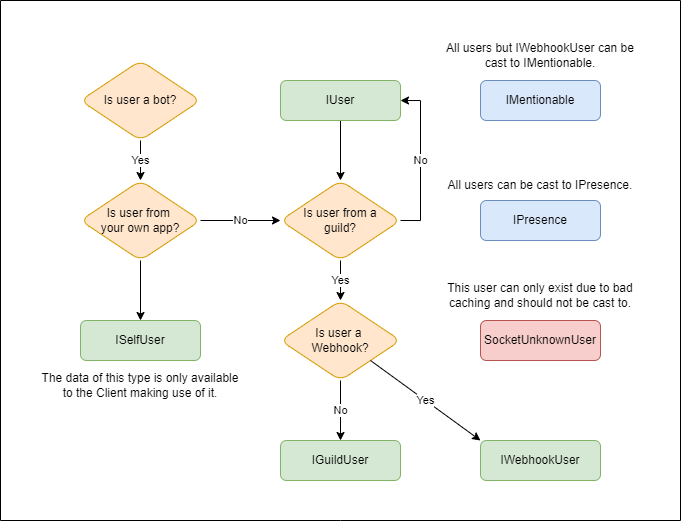
Earlier version of the draw.io export docs/guides/entities/images/IUser.png (discord-net/Discord.Net). Source tidied: cells renumbered, new cells last; positions are measured from the earlier drawing's top-left corner, leaving out a move shared by most shapes. The source it was exported from:
```xml
<mxGraphModel>
  <root>
    <mxCell id="0" />
    <mxCell id="1" parent="0" />
    <mxCell id="2" style="edgeStyle=orthogonalEdgeStyle;rounded=0;jettySize=auto;html=1;" parent="1" edge="1" source="3" target="6">
      <mxGeometry relative="1" as="geometry" />
    </mxCell>
    <mxCell id="3" value="IUser" style="rounded=1;whiteSpace=wrap;html=1;fontSize=12;glass=0;strokeWidth=1;shadow=0;fillColor=#d5e8d4;strokeColor=#82b366;" parent="1" vertex="1">
      <mxGeometry x="280" y="80" width="120" height="40" as="geometry" />
    </mxCell>
    <mxCell id="4" value="IMentionable" style="rounded=1;whiteSpace=wrap;html=1;fontSize=12;glass=0;strokeWidth=1;shadow=0;fillColor=#dae8fc;strokeColor=#6c8ebf;" parent="1" vertex="1">
      <mxGeometry x="480" y="80" width="120" height="40" as="geometry" />
    </mxCell>
    <mxCell id="5" value="Yes" style="edgeStyle=orthogonalEdgeStyle;rounded=0;jettySize=auto;html=1;" parent="1" edge="1" source="6" target="17">
      <mxGeometry relative="1" as="geometry" />
    </mxCell>
    <mxCell id="6" value="Is user from a&lt;br&gt;guild?" style="rhombus;whiteSpace=wrap;html=1;rounded=1;glass=0;strokeWidth=1;shadow=0;fillColor=#ffe6cc;strokeColor=#d79b00;" parent="1" vertex="1">
      <mxGeometry x="280" y="180" width="120" height="80" as="geometry" />
    </mxCell>
    <mxCell id="7" value="IGuildUser" style="whiteSpace=wrap;html=1;rounded=1;glass=0;strokeWidth=1;shadow=0;fillColor=#d5e8d4;strokeColor=#82b366;" parent="1" vertex="1">
      <mxGeometry x="280" y="440" width="120" height="40" as="geometry" />
    </mxCell>
    <mxCell id="8" value="ISelfUser" style="whiteSpace=wrap;html=1;rounded=1;glass=0;strokeWidth=1;shadow=0;fillColor=#d5e8d4;strokeColor=#82b366;" parent="1" vertex="1">
      <mxGeometry x="80" y="320" width="120" height="40" as="geometry" />
    </mxCell>
    <mxCell id="9" value="IPresence" style="rounded=1;whiteSpace=wrap;html=1;fontSize=12;glass=0;strokeWidth=1;shadow=0;fillColor=#dae8fc;strokeColor=#6c8ebf;" parent="1" vertex="1">
      <mxGeometry x="480" y="200" width="120" height="40" as="geometry" />
    </mxCell>
    <mxCell id="10" value="No" style="edgeStyle=orthogonalEdgeStyle;rounded=0;jettySize=auto;html=1;entryX=1;entryY=0.5;entryDx=0;entryDy=0;exitX=1;exitY=0.5;exitDx=0;exitDy=0;" parent="1" edge="1" source="6" target="3">
      <mxGeometry relative="1" as="geometry" />
    </mxCell>
    <mxCell id="11" value="Yes" style="edgeStyle=orthogonalEdgeStyle;rounded=0;jettySize=auto;html=1;" parent="1" edge="1" source="12" target="15">
      <mxGeometry relative="1" as="geometry" />
    </mxCell>
    <mxCell id="12" value="Is user a bot?" style="rhombus;whiteSpace=wrap;html=1;rounded=1;glass=0;strokeWidth=1;shadow=0;fillColor=#ffe6cc;strokeColor=#d79b00;" parent="1" vertex="1">
      <mxGeometry x="80" y="60" width="120" height="80" as="geometry" />
    </mxCell>
    <mxCell id="13" style="edgeStyle=orthogonalEdgeStyle;rounded=0;jettySize=auto;html=1;" parent="1" edge="1" source="15" target="8">
      <mxGeometry relative="1" as="geometry">
        <Array as="points">
          <mxPoint x="140" y="220" />
        </Array>
      </mxGeometry>
    </mxCell>
    <mxCell id="14" value="No" style="edgeStyle=orthogonalEdgeStyle;rounded=0;jettySize=auto;html=1;" parent="1" edge="1" source="15" target="6">
      <mxGeometry relative="1" as="geometry" />
    </mxCell>
    <mxCell id="15" value="Is user from &lt;br&gt;your own app?" style="rhombus;whiteSpace=wrap;html=1;rounded=1;glass=0;strokeWidth=1;shadow=0;fillColor=#ffe6cc;strokeColor=#d79b00;" parent="1" vertex="1">
      <mxGeometry x="80" y="180" width="120" height="80" as="geometry" />
    </mxCell>
    <mxCell id="16" value="No" style="edgeStyle=orthogonalEdgeStyle;rounded=0;jettySize=auto;html=1;" parent="1" edge="1" source="17" target="7">
      <mxGeometry relative="1" as="geometry" />
    </mxCell>
    <mxCell id="17" value="Is user a &lt;br&gt;Webhook?" style="rhombus;whiteSpace=wrap;html=1;rounded=1;glass=0;strokeWidth=1;shadow=0;fillColor=#ffe6cc;strokeColor=#d79b00;" parent="1" vertex="1">
      <mxGeometry x="280" y="300" width="120" height="80" as="geometry" />
    </mxCell>
    <mxCell id="18" value="IWebhookUser" style="whiteSpace=wrap;html=1;fillColor=#d5e8d4;strokeColor=#82b366;rounded=1;glass=0;strokeWidth=1;shadow=0;" parent="1" vertex="1">
      <mxGeometry x="480" y="440" width="120" height="40" as="geometry" />
    </mxCell>
    <mxCell id="19" value="All users but IWebhookUser can be cast to IMentionable." style="text;html=1;strokeColor=none;fillColor=none;align=center;verticalAlign=middle;whiteSpace=wrap;rounded=0;" parent="1" vertex="1">
      <mxGeometry x="440" y="40" width="200" height="30" as="geometry" />
    </mxCell>
    <mxCell id="20" value="All users can be cast to IPresence." style="text;html=1;strokeColor=none;fillColor=none;align=center;verticalAlign=middle;whiteSpace=wrap;rounded=0;" parent="1" vertex="1">
      <mxGeometry x="440" y="170" width="200" height="30" as="geometry" />
    </mxCell>
    <mxCell id="21" style="endArrow=none;html=1;rounded=0;" parent="1" edge="1">
      <mxGeometry relative="1" as="geometry">
        <mxPoint as="sourcePoint" />
        <mxPoint x="680" as="targetPoint" />
      </mxGeometry>
    </mxCell>
    <mxCell id="22" style="endArrow=none;html=1;rounded=0;" parent="1" edge="1">
      <mxGeometry relative="1" as="geometry">
        <mxPoint x="680" y="520" as="sourcePoint" />
        <mxPoint x="680" as="targetPoint" />
      </mxGeometry>
    </mxCell>
    <mxCell id="23" style="endArrow=none;html=1;rounded=0;" parent="1" edge="1">
      <mxGeometry relative="1" as="geometry">
        <mxPoint y="520" as="sourcePoint" />
        <mxPoint x="680" y="520" as="targetPoint" />
        <Array as="points">
          <mxPoint x="340" y="520" />
        </Array>
      </mxGeometry>
    </mxCell>
    <mxCell id="24" style="endArrow=none;html=1;rounded=0;" parent="1" edge="1">
      <mxGeometry relative="1" as="geometry">
        <mxPoint as="sourcePoint" />
        <mxPoint y="520" as="targetPoint" />
      </mxGeometry>
    </mxCell>
    <mxCell id="25" value="The data of this type is only available to the Client making use of it." style="text;html=1;strokeColor=none;fillColor=none;align=center;verticalAlign=middle;whiteSpace=wrap;rounded=0;" parent="1" vertex="1">
      <mxGeometry x="40" y="370" width="200" height="30" as="geometry" />
    </mxCell>
    <mxCell id="26" value="Yes" style="endArrow=classic;html=1;rounded=0;entryX=0;entryY=0;entryDx=0;entryDy=0;exitX=1;exitY=1;exitDx=0;exitDy=0;" parent="1" edge="1" source="17" target="18">
      <mxGeometry relative="1" as="geometry" />
    </mxCell>
    <mxCell id="27" value="SocketUnknownUser" style="rounded=1;whiteSpace=wrap;html=1;fillColor=#f8cecc;strokeColor=#b85450;" parent="1" vertex="1">
      <mxGeometry x="480" y="320" width="120" height="40" as="geometry" />
    </mxCell>
    <mxCell id="28" value="This user can only exist due to bad caching and should not be cast to." style="text;html=1;strokeColor=none;fillColor=none;align=center;verticalAlign=middle;whiteSpace=wrap;rounded=0;" parent="1" vertex="1">
      <mxGeometry x="440" y="280" width="200" height="30" as="geometry" />
    </mxCell>
  </root>
</mxGraphModel>
```
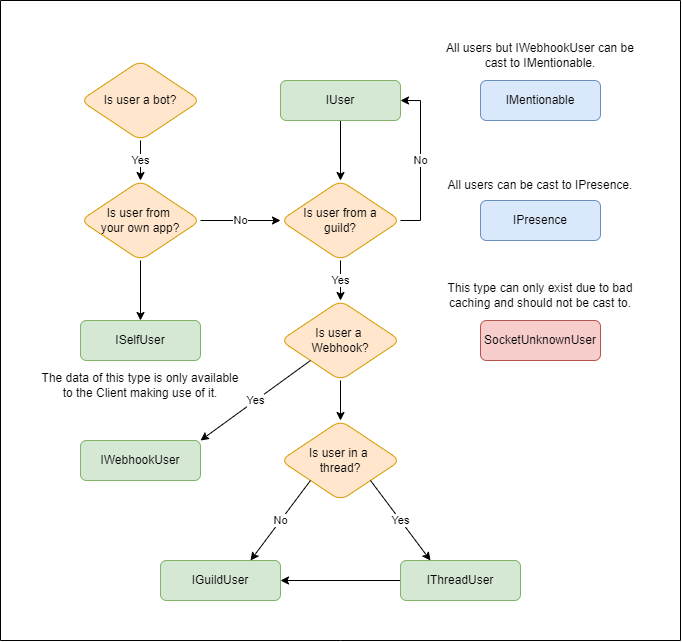
After the commit.

Commit message:
Adding threaduser to user chart

Change to the diagram source:
```diff
@@ -18,7 +18,7 @@
       <mxGeometry x="280" y="180" width="120" height="80" as="geometry" />
     </mxCell>
     <mxCell id="7" value="IGuildUser" style="whiteSpace=wrap;html=1;rounded=1;glass=0;strokeWidth=1;shadow=0;fillColor=#d5e8d4;strokeColor=#82b366;" parent="1" vertex="1">
-      <mxGeometry x="280" y="440" width="120" height="40" as="geometry" />
+      <mxGeometry x="160" y="560" width="120" height="40" as="geometry" />
     </mxCell>
     <mxCell id="8" value="ISelfUser" style="whiteSpace=wrap;html=1;rounded=1;glass=0;strokeWidth=1;shadow=0;fillColor=#d5e8d4;strokeColor=#82b366;" parent="1" vertex="1">
       <mxGeometry x="80" y="320" width="120" height="40" as="geometry" />
@@ -48,14 +48,14 @@
     <mxCell id="15" value="Is user from &lt;br&gt;your own app?" style="rhombus;whiteSpace=wrap;html=1;rounded=1;glass=0;strokeWidth=1;shadow=0;fillColor=#ffe6cc;strokeColor=#d79b00;" parent="1" vertex="1">
       <mxGeometry x="80" y="180" width="120" height="80" as="geometry" />
     </mxCell>
-    <mxCell id="16" value="No" style="edgeStyle=orthogonalEdgeStyle;rounded=0;jettySize=auto;html=1;" parent="1" edge="1" source="17" target="7">
-      <mxGeometry relative="1" as="geometry" />
-    </mxCell>
+    <mxCell id="29" style="edgeStyle=orthogonalEdgeStyle;rounded=0;jettySize=auto;html=1;" parent="1" edge="1" source="17" target="32">
+      <mxGeometry relative="1" as="geometry" />
+    </mxCell>
     <mxCell id="17" value="Is user a &lt;br&gt;Webhook?" style="rhombus;whiteSpace=wrap;html=1;rounded=1;glass=0;strokeWidth=1;shadow=0;fillColor=#ffe6cc;strokeColor=#d79b00;" parent="1" vertex="1">
       <mxGeometry x="280" y="300" width="120" height="80" as="geometry" />
     </mxCell>
     <mxCell id="18" value="IWebhookUser" style="whiteSpace=wrap;html=1;fillColor=#d5e8d4;strokeColor=#82b366;rounded=1;glass=0;strokeWidth=1;shadow=0;" parent="1" vertex="1">
-      <mxGeometry x="480" y="440" width="120" height="40" as="geometry" />
+      <mxGeometry x="80" y="440" width="120" height="40" as="geometry" />
     </mxCell>
     <mxCell id="19" value="All users but IWebhookUser can be cast to IMentionable." style="text;html=1;strokeColor=none;fillColor=none;align=center;verticalAlign=middle;whiteSpace=wrap;rounded=0;" parent="1" vertex="1">
       <mxGeometry x="440" y="40" width="200" height="30" as="geometry" />
@@ -71,36 +71,51 @@
     </mxCell>
     <mxCell id="22" style="endArrow=none;html=1;rounded=0;" parent="1" edge="1">
       <mxGeometry relative="1" as="geometry">
-        <mxPoint x="680" y="520" as="sourcePoint" />
+        <mxPoint x="680" y="640" as="sourcePoint" />
         <mxPoint x="680" as="targetPoint" />
       </mxGeometry>
     </mxCell>
     <mxCell id="23" style="endArrow=none;html=1;rounded=0;" parent="1" edge="1">
       <mxGeometry relative="1" as="geometry">
-        <mxPoint y="520" as="sourcePoint" />
-        <mxPoint x="680" y="520" as="targetPoint" />
+        <mxPoint y="640" as="sourcePoint" />
+        <mxPoint x="680" y="640" as="targetPoint" />
         <Array as="points">
-          <mxPoint x="340" y="520" />
+          <mxPoint x="340" y="640" />
         </Array>
       </mxGeometry>
     </mxCell>
     <mxCell id="24" style="endArrow=none;html=1;rounded=0;" parent="1" edge="1">
       <mxGeometry relative="1" as="geometry">
         <mxPoint as="sourcePoint" />
-        <mxPoint y="520" as="targetPoint" />
+        <mxPoint y="640" as="targetPoint" />
       </mxGeometry>
     </mxCell>
     <mxCell id="25" value="The data of this type is only available to the Client making use of it." style="text;html=1;strokeColor=none;fillColor=none;align=center;verticalAlign=middle;whiteSpace=wrap;rounded=0;" parent="1" vertex="1">
       <mxGeometry x="40" y="370" width="200" height="30" as="geometry" />
     </mxCell>
-    <mxCell id="26" value="Yes" style="endArrow=classic;html=1;rounded=0;entryX=0;entryY=0;entryDx=0;entryDy=0;exitX=1;exitY=1;exitDx=0;exitDy=0;" parent="1" edge="1" source="17" target="18">
+    <mxCell id="26" value="Yes" style="endArrow=classic;html=1;rounded=0;entryX=1;entryY=0;entryDx=0;entryDy=0;exitX=0;exitY=1;exitDx=0;exitDy=0;" parent="1" edge="1" source="17" target="18">
       <mxGeometry relative="1" as="geometry" />
     </mxCell>
     <mxCell id="27" value="SocketUnknownUser" style="rounded=1;whiteSpace=wrap;html=1;fillColor=#f8cecc;strokeColor=#b85450;" parent="1" vertex="1">
       <mxGeometry x="480" y="320" width="120" height="40" as="geometry" />
     </mxCell>
-    <mxCell id="28" value="This user can only exist due to bad caching and should not be cast to." style="text;html=1;strokeColor=none;fillColor=none;align=center;verticalAlign=middle;whiteSpace=wrap;rounded=0;" parent="1" vertex="1">
+    <mxCell id="28" value="This type can only exist due to bad caching and should not be cast to." style="text;html=1;strokeColor=none;fillColor=none;align=center;verticalAlign=middle;whiteSpace=wrap;rounded=0;" parent="1" vertex="1">
       <mxGeometry x="440" y="280" width="200" height="30" as="geometry" />
     </mxCell>
+    <mxCell id="30" style="edgeStyle=orthogonalEdgeStyle;rounded=0;jettySize=auto;html=1;" parent="1" edge="1" source="31" target="7">
+      <mxGeometry relative="1" as="geometry" />
+    </mxCell>
+    <mxCell id="31" value="IThreadUser" style="rounded=1;whiteSpace=wrap;html=1;fillColor=#d5e8d4;strokeColor=#82b366;" parent="1" vertex="1">
+      <mxGeometry x="400" y="560" width="120" height="40" as="geometry" />
+    </mxCell>
+    <mxCell id="32" value="Is user in a &lt;br&gt;thread?" style="rhombus;whiteSpace=wrap;html=1;rounded=1;glass=0;strokeWidth=1;shadow=0;fillColor=#ffe6cc;strokeColor=#d79b00;" parent="1" vertex="1">
+      <mxGeometry x="280" y="420" width="120" height="80" as="geometry" />
+    </mxCell>
+    <mxCell id="33" value="Yes" style="endArrow=classic;html=1;rounded=0;entryX=0.25;entryY=0;entryDx=0;entryDy=0;exitX=1;exitY=1;exitDx=0;exitDy=0;" parent="1" edge="1" source="32" target="31">
+      <mxGeometry relative="1" as="geometry" />
+    </mxCell>
+    <mxCell id="16" value="No" style="endArrow=classic;html=1;rounded=0;entryX=0.75;entryY=0;entryDx=0;entryDy=0;exitX=0;exitY=1;exitDx=0;exitDy=0;" parent="1" edge="1" source="32" target="7">
+      <mxGeometry relative="1" as="geometry" />
+    </mxCell>
   </root>
 </mxGraphModel>
```
